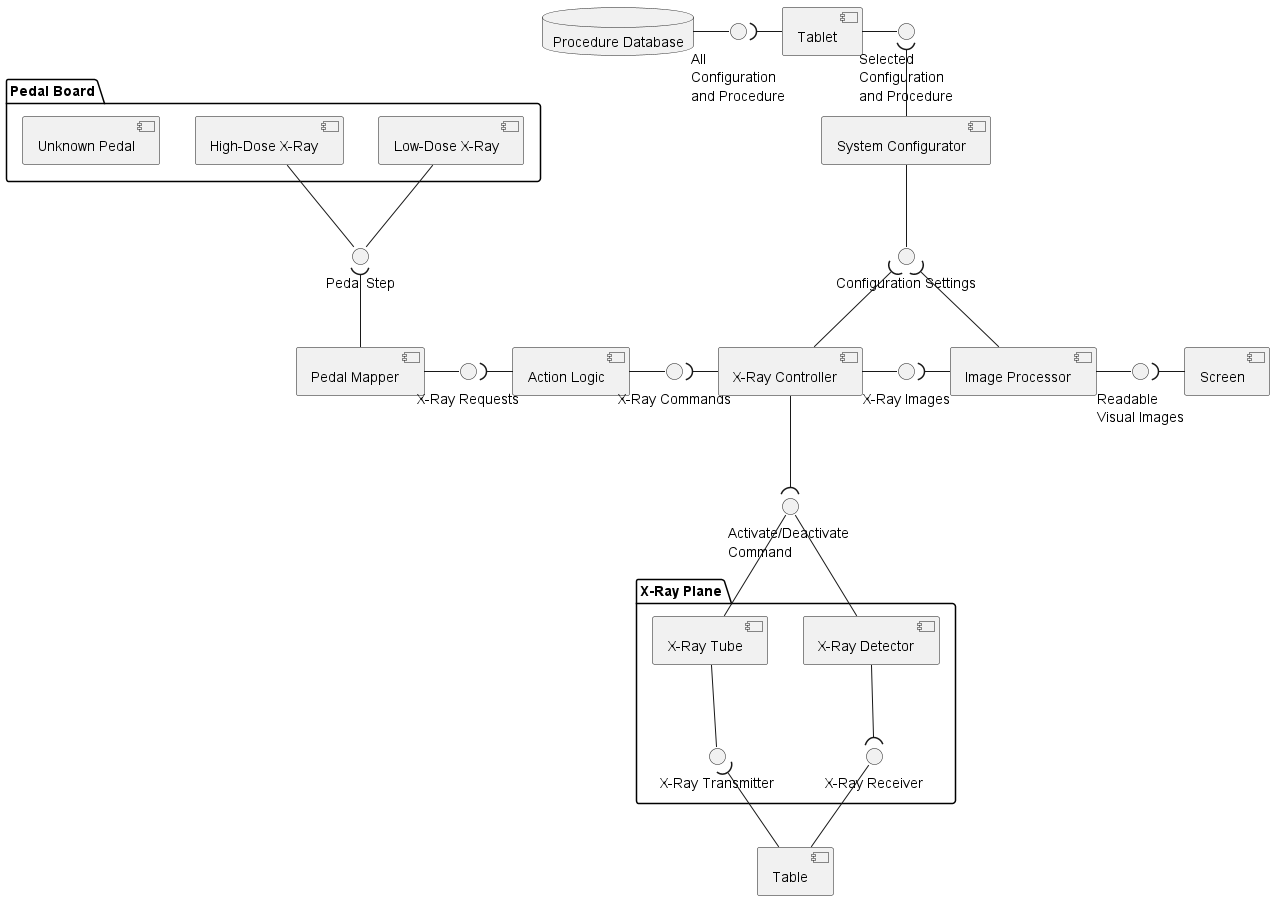
Earlier version of the PlantUML export 4-uml/component.png (bartwc/SoftwareSystems). Source of this version:
```plantuml
@startuml component

package "Pedal Board" {
component [Low-Dose X-Ray] as comp_pedal_low
component [High-Dose X-Ray] as comp_pedal_high
component [Unknown Pedal] as comp_pedal_unknown
}

interface "Pedal Step" as intf_pedal_step
component [Pedal Mapper] as comp_pedal_mapper
interface "X-Ray Requests" as intf_xray_req
component [Action Logic] as comp_act_log
interface "X-Ray Commands" as intf_xray_commands
component [X-Ray Controller] as comp_xray_control
interface "X-Ray Images" as intf_xray_img
component [Image Processor] as comp_image_proc
interface "Readable \nVisual Images" as intf_visual_images
component [Screen] as comp_screen
interface "Configuration Settings" as intf_config_set
component [System Configurator] as comp_sys_config
interface "Selected \nConfiguration \nand Procedure" as intf_sys_config_med_proc
component [Tablet] as comp_tablet
interface "All \nConfiguration \nand Procedure" as intf_sys_config_comp_set
database "Procedure Database" as data_proc_data

package "X-Ray Plane" {
component [X-Ray Detector] as comp_xray_detector
component [X-Ray Tube] as comp_xray_tube
interface "X-Ray Transmitter" as intf_xray_transmit
interface "X-Ray Receiver" as intf_xray_receive
}
component [Table] as comp_table

interface "Activate/Deactivate \nCommand" as intf_act_deact_comm

    comp_pedal_low -- intf_pedal_step
    comp_pedal_high -- intf_pedal_step
    intf_pedal_step )-- comp_pedal_mapper

    comp_pedal_mapper -right- intf_xray_req
    intf_xray_req )-right- comp_act_log

    comp_act_log -right- intf_xray_commands
    intf_xray_commands )-right- comp_xray_control

    comp_xray_control -right- intf_xray_img
    intf_xray_img )-right- comp_image_proc

    comp_image_proc -right- intf_visual_images
    intf_visual_images )-right- comp_screen

    data_proc_data -right- intf_sys_config_comp_set
    intf_sys_config_comp_set )-right- comp_tablet

    comp_tablet -right- intf_sys_config_med_proc
    intf_sys_config_med_proc )-down- comp_sys_config

    comp_sys_config -down- intf_config_set
    intf_config_set )-down- comp_xray_control
    intf_config_set )-down- comp_image_proc

    comp_xray_tube -down- intf_xray_transmit
    intf_xray_transmit )-down- comp_table

    comp_table -up- intf_xray_receive
    intf_xray_receive )-up- comp_xray_detector

    comp_xray_tube -up- intf_act_deact_comm
    comp_xray_detector -up- intf_act_deact_comm
    intf_act_deact_comm )-up- comp_xray_control
@enduml
```
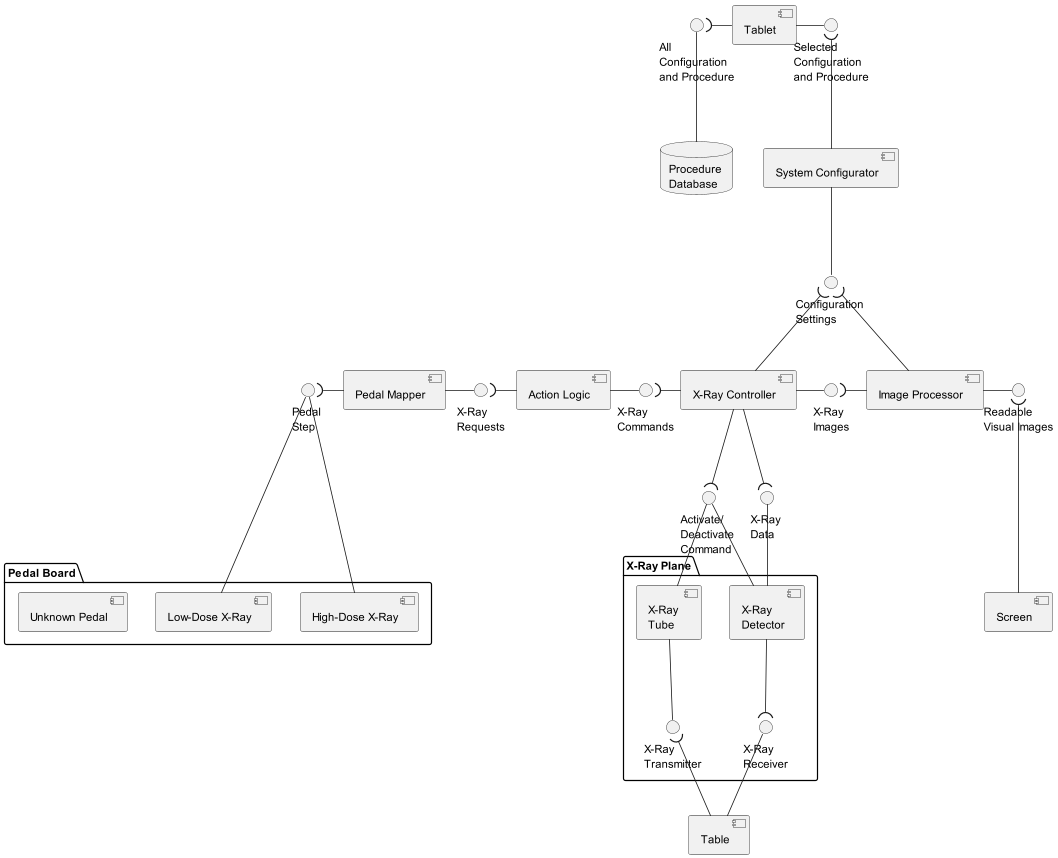
The same file after the commit.

Commit message:
Done - Sequence-Pedal-1 Diagram Modified - Sequence-Config Diagram Modified - Component Diagram

The edit, as a diff of the source:
```diff
@@ -6,36 +6,38 @@
 component [Unknown Pedal] as comp_pedal_unknown
 }
 
-interface "Pedal Step" as intf_pedal_step
+interface "Pedal \nStep" as intf_pedal_step
 component [Pedal Mapper] as comp_pedal_mapper
-interface "X-Ray Requests" as intf_xray_req
+interface "X-Ray \nRequests" as intf_xray_req
 component [Action Logic] as comp_act_log
-interface "X-Ray Commands" as intf_xray_commands
+interface "X-Ray \nCommands" as intf_xray_commands
 component [X-Ray Controller] as comp_xray_control
-interface "X-Ray Images" as intf_xray_img
+interface "X-Ray \nImages" as intf_xray_img
 component [Image Processor] as comp_image_proc
 interface "Readable \nVisual Images" as intf_visual_images
 component [Screen] as comp_screen
-interface "Configuration Settings" as intf_config_set
+interface "Configuration \nSettings" as intf_config_set
 component [System Configurator] as comp_sys_config
 interface "Selected \nConfiguration \nand Procedure" as intf_sys_config_med_proc
 component [Tablet] as comp_tablet
 interface "All \nConfiguration \nand Procedure" as intf_sys_config_comp_set
-database "Procedure Database" as data_proc_data
+database "Procedure \nDatabase" as data_proc_data
 
 package "X-Ray Plane" {
-component [X-Ray Detector] as comp_xray_detector
-component [X-Ray Tube] as comp_xray_tube
-interface "X-Ray Transmitter" as intf_xray_transmit
-interface "X-Ray Receiver" as intf_xray_receive
+component [X-Ray \nTube] as comp_xray_tube
+component [X-Ray \nDetector] as comp_xray_detector
+interface "X-Ray \nTransmitter" as intf_xray_transmit
+interface "X-Ray \nReceiver" as intf_xray_receive
 }
 component [Table] as comp_table
 
-interface "Activate/Deactivate \nCommand" as intf_act_deact_comm
+interface "Activate/\nDeactivate \nCommand" as intf_act_deact_comm
+interface "X-Ray \nData" as intf_act_xray_info
 
-    comp_pedal_low -- intf_pedal_step
-    comp_pedal_high -- intf_pedal_step
-    intf_pedal_step )-- comp_pedal_mapper
+
+    comp_pedal_low -up-- intf_pedal_step
+    comp_pedal_high -up-- intf_pedal_step
+    intf_pedal_step )-right- comp_pedal_mapper
 
     comp_pedal_mapper -right- intf_xray_req
     intf_xray_req )-right- comp_act_log
@@ -47,13 +49,13 @@
     intf_xray_img )-right- comp_image_proc
 
     comp_image_proc -right- intf_visual_images
-    intf_visual_images )-right- comp_screen
+    intf_visual_images )-down-- comp_screen
 
-    data_proc_data -right- intf_sys_config_comp_set
+    data_proc_data -up-- intf_sys_config_comp_set
     intf_sys_config_comp_set )-right- comp_tablet
 
     comp_tablet -right- intf_sys_config_med_proc
-    intf_sys_config_med_proc )-down- comp_sys_config
+    intf_sys_config_med_proc )-down-- comp_sys_config
 
     comp_sys_config -down- intf_config_set
     intf_config_set )-down- comp_xray_control
@@ -65,7 +67,12 @@
     comp_table -up- intf_xray_receive
     intf_xray_receive )-up- comp_xray_detector
 
+    comp_xray_detector -up- intf_act_xray_info
+    intf_act_xray_info )-up- comp_xray_control
+
     comp_xray_tube -up- intf_act_deact_comm
-    comp_xray_detector -up- intf_act_deact_comm
+    comp_xray_detector -left- intf_act_deact_comm
     intf_act_deact_comm )-up- comp_xray_control
+
+
 @enduml
```
